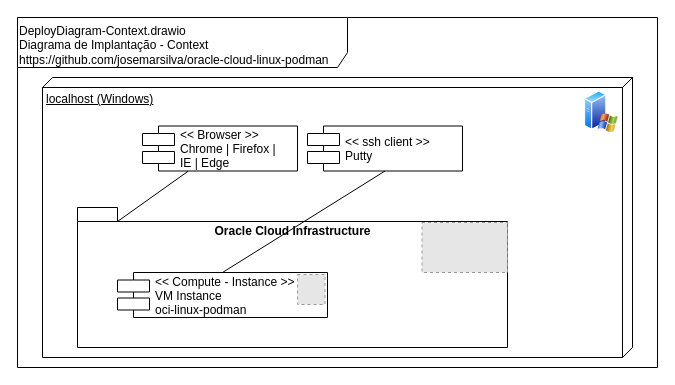
Above: doc/uml-diagrams/DeployDiagram-Context.drawio in josemarsilva/oracle-cloud-linux-podman (draw.io), before the change. Source tidied: cells renumbered, new cells numbered last; positions are measured from the earlier drawing's top-left corner, leaving out a move shared by most shapes. Both pictures are drawn from the tidied source at 100%, with x=0, y=0 at pixel (17, 17). Pictures stored in the file or linked from it are replaced by grey dashed boxes.
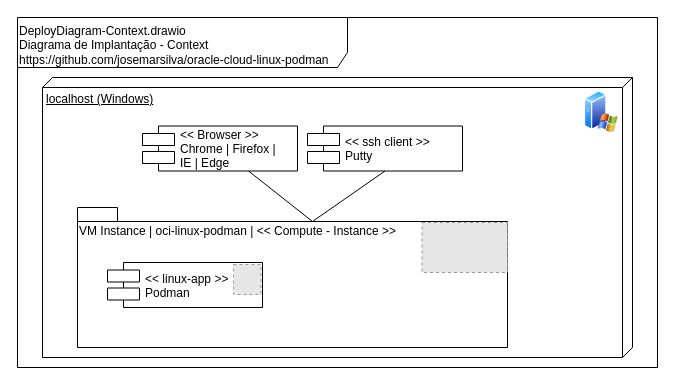
Above is the later version.

What changed in the source:
```diff
@@
 <mxGraphModel>
   <root>
     <mxCell id="0" />
     <mxCell id="1" parent="0" />
     <mxCell id="2" value="DeployDiagram-Context.drawio&lt;br&gt;Diagrama de Implantação - Context&lt;br&gt;https://github.com/josemarsilva/oracle-cloud-linux-podman" style="shape=umlFrame;whiteSpace=wrap;html=1;width=330;height=50;verticalAlign=top;align=left;" parent="1" vertex="1">
       <mxGeometry width="640" height="350" as="geometry" />
     </mxCell>
     <mxCell id="3" value="localhost (Windows)" style="verticalAlign=top;align=left;spacingTop=8;spacingLeft=2;spacingRight=12;shape=cube;size=10;direction=south;fontStyle=4;html=1;" parent="1" vertex="1">
       <mxGeometry x="25" y="60" width="590" height="280" as="geometry" />
     </mxCell>
-    <mxCell id="4" value="Oracle Cloud Infrastructure" style="shape=folder;fontStyle=1;spacingTop=10;tabWidth=40;tabHeight=14;tabPosition=left;html=1;verticalAlign=top;" parent="1" vertex="1">
-      <mxGeometry x="60" y="190" width="430" height="140" as="geometry" />
-    </mxCell>
+    <mxCell id="13" value="&lt;span style=&quot;font-weight: 400;&quot;&gt;VM Instance | oci-linux-podman | &amp;lt;&amp;lt; Compute - Instance &amp;gt;&amp;gt;&lt;/span&gt;" style="shape=folder;fontStyle=1;spacingTop=10;tabWidth=40;tabHeight=14;tabPosition=left;html=1;verticalAlign=top;align=left;" parent="1" vertex="1">
+      <mxGeometry x="60" y="190" width="430" height="140" as="geometry" />
+    </mxCell>
     <mxCell id="5" value="&lt;&lt; ssh client &gt;&gt;&#10;Putty" style="shape=component;align=left;spacingLeft=36;" parent="1" vertex="1">
       <mxGeometry x="290" y="108.5" width="155" height="45" as="geometry" />
     </mxCell>
     <mxCell id="6" style="perimeter=ellipsePerimeter;html=1;align=center;shadow=0;dashed=0;spacingTop=3;image;image=img/lib/active_directory/windows_server_2.svg;" parent="1" vertex="1">
       <mxGeometry x="567" y="73" width="34" height="42.5" as="geometry" />
     </mxCell>
-    <mxCell id="7" style="edgeStyle=none;rounded=0;jettySize=auto;html=1;entryX=0;entryY=0;entryDx=40;entryDy=14;entryPerimeter=0;endArrow=none;endFill=0;" parent="1" edge="1" source="8" target="4">
+    <mxCell id="7" style="edgeStyle=none;rounded=0;jettySize=auto;html=1;entryX=0;entryY=0;entryDx=235;entryDy=14;entryPerimeter=0;endArrow=none;endFill=0;" parent="1" edge="1" source="8" target="13">
       <mxGeometry relative="1" as="geometry" />
     </mxCell>
     <mxCell id="8" value="&lt;&lt; Browser &gt;&gt;&#10;Chrome | Firefox | &#10;IE | Edge" style="shape=component;align=left;spacingLeft=36;" parent="1" vertex="1">
       <mxGeometry x="125" y="108.5" width="155" height="45" as="geometry" />
     </mxCell>
     <mxCell id="9" style="fillColor=#E6E6E6;strokeColor=#999999;dashed=1;" parent="1" vertex="1">
       <mxGeometry x="404.5" y="205" width="85.5" height="50" as="geometry" />
     </mxCell>
-    <mxCell id="10" style="edgeStyle=none;rounded=0;jettySize=auto;html=1;entryX=0.5;entryY=0;entryDx=0;entryDy=0;endArrow=none;endFill=0;exitX=0.5;exitY=1;exitDx=0;exitDy=0;" parent="1" edge="1" source="5" target="11">
+    <mxCell id="10" style="edgeStyle=none;rounded=0;jettySize=auto;html=1;entryX=0;entryY=0;entryDx=235;entryDy=14;endArrow=none;endFill=0;exitX=0.5;exitY=1;exitDx=0;exitDy=0;entryPerimeter=0;" parent="1" edge="1" source="5" target="13">
       <mxGeometry relative="1" as="geometry" />
     </mxCell>
-    <mxCell id="11" value="&lt;&lt; Compute - Instance &gt;&gt;&#10;VM Instance &#10;oci-linux-podman" style="shape=component;align=left;spacingLeft=36;" parent="1" vertex="1">
-      <mxGeometry x="100" y="255" width="210" height="45" as="geometry" />
-    </mxCell>
+    <mxCell id="14" value="&lt;&lt; linux-app &gt;&gt;&#10;Podman" style="shape=component;align=left;spacingLeft=36;" parent="1" vertex="1">
+      <mxGeometry x="90" y="245" width="155" height="45" as="geometry" />
+    </mxCell>
     <mxCell id="12" style="fillColor=#E6E6E6;strokeColor=#999999;dashed=1;" parent="1" vertex="1">
-      <mxGeometry x="280" y="257" width="27.5" height="30" as="geometry" />
+      <mxGeometry x="216" y="247" width="27.5" height="30" as="geometry" />
     </mxCell>
   </root>
 </mxGraphModel>
```
